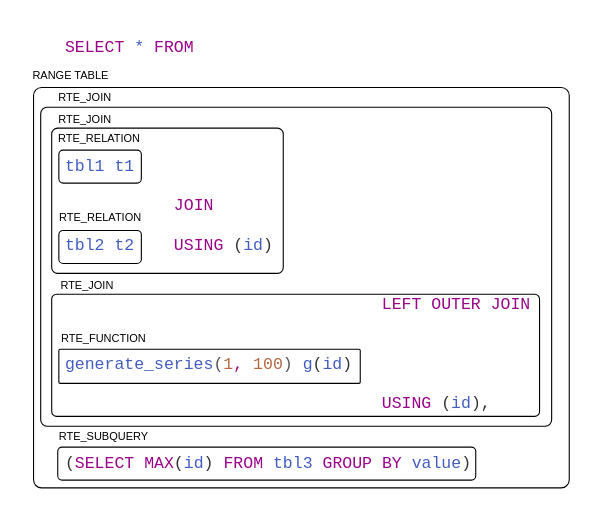
Earlier version of the draw.io diagram PGBootcamp2024/debugging-postgres-planner/img/range-table.drawio (ashenBlade/tantor-pg-meetups). Source tidied: cells renumbered, new cells numbered last; positions are measured from the earlier drawing's top-left corner, leaving out a move shared by most shapes. Both pictures are drawn from the tidied source at 110%, with x=0, y=0 at pixel (19, 19).
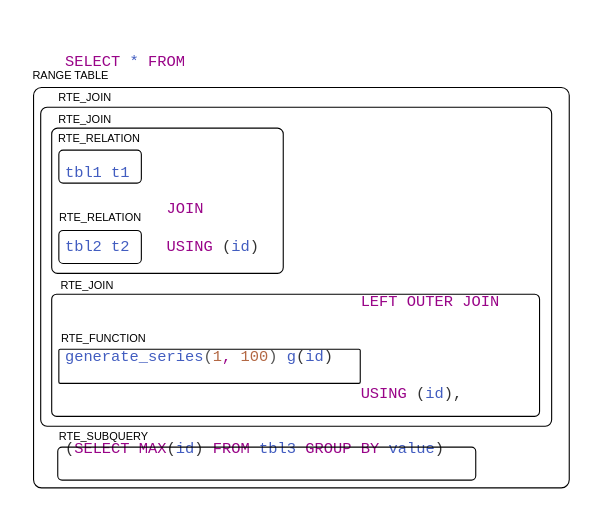
Above is the later version.

What changed in the source:
```diff
@@
 <mxGraphModel>
   <root>
     <mxCell id="0" />
     <mxCell id="1" parent="0" />
-    <mxCell id="2" value="&lt;div style=&quot;font-size: 15px;&quot;&gt;&lt;span style=&quot;background-color: initial; font-size: 15px;&quot;&gt;&lt;font color=&quot;#990488&quot;&gt;SELECT&lt;/font&gt;&amp;nbsp;&lt;font color=&quot;#425dc0&quot;&gt;*&lt;/font&gt;&lt;font color=&quot;#990488&quot;&gt;&amp;nbsp;FROM&lt;/font&gt;&lt;/span&gt;&lt;/div&gt;&lt;div style=&quot;font-size: 15px;&quot;&gt;&lt;span style=&quot;background-color: initial; font-size: 15px;&quot;&gt;&lt;br&gt;&lt;/span&gt;&lt;/div&gt;&lt;div style=&quot;font-size: 15px;&quot;&gt;&lt;span style=&quot;background-color: initial; font-size: 15px;&quot;&gt;&amp;nbsp;&lt;/span&gt;&lt;/div&gt;&lt;div style=&quot;font-size: 15px;&quot;&gt;&lt;span style=&quot;background-color: initial; font-size: 15px;&quot;&gt;&lt;font color=&quot;#425dc0&quot;&gt;&lt;br&gt;&lt;/font&gt;&lt;/span&gt;&lt;/div&gt;&lt;div style=&quot;font-size: 15px;&quot;&gt;&lt;span style=&quot;background-color: initial; font-size: 15px;&quot;&gt;&lt;font color=&quot;#425dc0&quot;&gt;&lt;br&gt;&lt;/font&gt;&lt;/span&gt;&lt;/div&gt;&lt;div style=&quot;font-size: 15px;&quot;&gt;&lt;span style=&quot;background-color: initial; font-size: 15px;&quot;&gt;&lt;font color=&quot;#425dc0&quot;&gt;&lt;br&gt;&lt;/font&gt;&lt;/span&gt;&lt;/div&gt;&lt;div style=&quot;font-size: 15px;&quot;&gt;&lt;span style=&quot;background-color: initial; font-size: 15px;&quot;&gt;&lt;font color=&quot;#425dc0&quot;&gt;tbl1 t1&lt;/font&gt;&lt;font color=&quot;#990488&quot;&gt;&amp;nbsp;&lt;/font&gt;&lt;/span&gt;&lt;/div&gt;&lt;div style=&quot;font-size: 15px;&quot;&gt;&lt;span style=&quot;background-color: initial; color: rgb(153, 4, 136);&quot;&gt;&lt;br&gt;&lt;/span&gt;&lt;/div&gt;&lt;div style=&quot;font-size: 15px;&quot;&gt;&lt;span style=&quot;background-color: initial; color: rgb(153, 4, 136);&quot;&gt;&lt;span style=&quot;white-space: pre;&quot;&gt;&#9;&lt;/span&gt;&amp;nbsp; &amp;nbsp;JOIN&amp;nbsp;&lt;/span&gt;&lt;/div&gt;&lt;div style=&quot;font-size: 15px;&quot;&gt;&lt;span style=&quot;background-color: initial; color: rgb(66, 93, 192);&quot;&gt;&lt;br&gt;&lt;/span&gt;&lt;/div&gt;&lt;div style=&quot;font-size: 15px;&quot;&gt;&lt;span style=&quot;background-color: initial; color: rgb(66, 93, 192);&quot;&gt;tbl2 t2&amp;nbsp; &amp;nbsp;&amp;nbsp;&lt;/span&gt;&lt;font style=&quot;background-color: initial;&quot; color=&quot;#990488&quot;&gt;USING&lt;/font&gt;&lt;span style=&quot;background-color: initial; color: rgb(66, 93, 192);&quot;&gt;&amp;nbsp;&lt;/span&gt;&lt;font style=&quot;background-color: initial; color: rgb(51, 51, 51);&quot; color=&quot;#333333&quot;&gt;(&lt;/font&gt;&lt;font style=&quot;background-color: initial;&quot; color=&quot;#425dc0&quot;&gt;id&lt;/font&gt;&lt;font style=&quot;background-color: initial; color: rgb(51, 51, 51);&quot; color=&quot;#333333&quot;&gt;)&lt;/font&gt;&lt;br&gt;&lt;/div&gt;&lt;div style=&quot;color: rgb(51, 51, 51);&quot;&gt;&lt;font color=&quot;#333333&quot;&gt;&lt;br&gt;&lt;/font&gt;&lt;/div&gt;&lt;div style=&quot;&quot;&gt;&lt;br&gt;&lt;/div&gt;&lt;div style=&quot;&quot;&gt;&lt;font color=&quot;#990488&quot;&gt;&lt;span style=&quot;white-space: pre;&quot;&gt;&#9;&lt;/span&gt;&lt;span style=&quot;white-space: pre;&quot;&gt;&#9;&lt;/span&gt;&lt;span style=&quot;white-space: pre;&quot;&gt;&#9;&lt;/span&gt;&lt;span style=&quot;white-space: pre;&quot;&gt;&#9;&lt;/span&gt;LEFT OUTER JOIN&lt;/font&gt;&lt;/div&gt;&lt;div style=&quot;&quot;&gt;&lt;font color=&quot;#990488&quot;&gt;&lt;br&gt;&lt;/font&gt;&lt;/div&gt;&lt;div style=&quot;&quot;&gt;&lt;font color=&quot;#425dc0&quot;&gt;&lt;br&gt;&lt;/font&gt;&lt;/div&gt;&lt;div style=&quot;&quot;&gt;&lt;font color=&quot;#425dc0&quot;&gt;generate_series&lt;/font&gt;&lt;font color=&quot;#545454&quot;&gt;(&lt;/font&gt;&lt;font color=&quot;#b36844&quot;&gt;1&lt;/font&gt;&lt;font color=&quot;#990488&quot;&gt;, &lt;/font&gt;&lt;font color=&quot;#b36844&quot;&gt;100&lt;/font&gt;&lt;font color=&quot;#545454&quot;&gt;)&lt;/font&gt;&lt;font color=&quot;#990488&quot;&gt; &lt;/font&gt;&lt;font color=&quot;#425dc0&quot;&gt;g&lt;/font&gt;&lt;font style=&quot;background-color: initial; color: rgb(51, 51, 51);&quot; color=&quot;#333333&quot;&gt;(&lt;/font&gt;&lt;font style=&quot;background-color: initial;&quot; color=&quot;#425dc0&quot;&gt;id&lt;/font&gt;&lt;font style=&quot;background-color: initial; color: rgb(51, 51, 51);&quot; color=&quot;#333333&quot;&gt;)&lt;/font&gt;&lt;/div&gt;&lt;div style=&quot;&quot;&gt;&lt;font color=&quot;#990488&quot;&gt;&lt;br&gt;&lt;/font&gt;&lt;/div&gt;&lt;div style=&quot;&quot;&gt;&lt;font color=&quot;#990488&quot;&gt;&amp;nbsp; &amp;nbsp; &amp;nbsp; &amp;nbsp; &amp;nbsp; &amp;nbsp; &amp;nbsp; &amp;nbsp; &amp;nbsp; &amp;nbsp; &amp;nbsp; &amp;nbsp; &amp;nbsp; &amp;nbsp; &amp;nbsp; &amp;nbsp; USING&amp;nbsp;&lt;/font&gt;&lt;font style=&quot;background-color: initial; color: rgb(51, 51, 51);&quot; color=&quot;#333333&quot;&gt;(&lt;/font&gt;&lt;font style=&quot;background-color: initial;&quot; color=&quot;#425dc0&quot;&gt;id&lt;/font&gt;&lt;font style=&quot;background-color: initial; color: rgb(51, 51, 51);&quot; color=&quot;#333333&quot;&gt;),&lt;/font&gt;&lt;/div&gt;&lt;div style=&quot;color: rgb(51, 51, 51);&quot;&gt;&lt;font color=&quot;#333333&quot;&gt;&lt;br&gt;&lt;/font&gt;&lt;/div&gt;&lt;font color=&quot;#333333&quot;&gt;&lt;div&gt;&lt;font color=&quot;#333333&quot;&gt;&lt;br&gt;&lt;/font&gt;&lt;/div&gt;(&lt;/font&gt;&lt;font style=&quot;background-color: initial;&quot; color=&quot;#990488&quot;&gt;SELECT&lt;/font&gt;&lt;span style=&quot;background-color: initial;&quot;&gt; &lt;/span&gt;&lt;font style=&quot;background-color: initial;&quot; color=&quot;#990488&quot;&gt;MAX&lt;/font&gt;&lt;font style=&quot;background-color: initial;&quot; color=&quot;#333333&quot;&gt;(&lt;/font&gt;&lt;font style=&quot;background-color: initial;&quot; color=&quot;#425dc0&quot;&gt;id&lt;/font&gt;&lt;font style=&quot;background-color: initial;&quot; color=&quot;#333333&quot;&gt;)&lt;/font&gt;&lt;span style=&quot;background-color: initial;&quot;&gt;&amp;nbsp;&lt;/span&gt;&lt;font style=&quot;background-color: initial;&quot; color=&quot;#990488&quot;&gt;FROM&lt;/font&gt;&lt;span style=&quot;background-color: initial;&quot;&gt; &lt;/span&gt;&lt;font style=&quot;background-color: initial;&quot; color=&quot;#425dc0&quot;&gt;tbl3&lt;/font&gt;&lt;span style=&quot;background-color: initial;&quot;&gt;&amp;nbsp;&lt;/span&gt;&lt;font style=&quot;background-color: initial;&quot; color=&quot;#990488&quot;&gt;GROUP BY&lt;/font&gt;&lt;font style=&quot;background-color: initial;&quot; color=&quot;#425dc0&quot;&gt; value&lt;/font&gt;&lt;span style=&quot;background-color: initial; color: rgb(51, 51, 51);&quot;&gt;)&lt;/span&gt;" style="text;html=1;align=left;verticalAlign=middle;whiteSpace=wrap;rounded=0;fontFamily=Courier New;shadow=0;horizontal=1;spacing=2;fontSize=15;" parent="1" vertex="1">
-      <mxGeometry x="40" width="440" height="430" as="geometry" />
+    <mxCell id="2" value="&lt;div style=&quot;font-size: 14px;&quot;&gt;&lt;span style=&quot;background-color: initial; font-size: 14px;&quot;&gt;&lt;font color=&quot;#990488&quot; style=&quot;font-size: 14px;&quot;&gt;SELECT&lt;/font&gt;&amp;nbsp;&lt;font color=&quot;#425dc0&quot; style=&quot;font-size: 14px;&quot;&gt;*&lt;/font&gt;&lt;font color=&quot;#990488&quot; style=&quot;font-size: 14px;&quot;&gt;&amp;nbsp;FROM&lt;/font&gt;&lt;/span&gt;&lt;/div&gt;&lt;div style=&quot;font-size: 14px;&quot;&gt;&lt;span style=&quot;background-color: initial; font-size: 14px;&quot;&gt;&lt;br style=&quot;font-size: 14px;&quot;&gt;&lt;/span&gt;&lt;/div&gt;&lt;div style=&quot;font-size: 14px;&quot;&gt;&lt;span style=&quot;background-color: initial; font-size: 14px;&quot;&gt;&amp;nbsp;&lt;/span&gt;&lt;/div&gt;&lt;div style=&quot;font-size: 14px;&quot;&gt;&lt;span style=&quot;background-color: initial; font-size: 14px;&quot;&gt;&lt;font color=&quot;#425dc0&quot; style=&quot;font-size: 14px;&quot;&gt;&lt;br style=&quot;font-size: 14px;&quot;&gt;&lt;/font&gt;&lt;/span&gt;&lt;/div&gt;&lt;div style=&quot;font-size: 14px;&quot;&gt;&lt;span style=&quot;background-color: initial; font-size: 14px;&quot;&gt;&lt;font color=&quot;#425dc0&quot; style=&quot;font-size: 14px;&quot;&gt;&lt;br style=&quot;font-size: 14px;&quot;&gt;&lt;/font&gt;&lt;/span&gt;&lt;/div&gt;&lt;div style=&quot;font-size: 14px;&quot;&gt;&lt;span style=&quot;background-color: initial; font-size: 14px;&quot;&gt;&lt;font color=&quot;#425dc0&quot; style=&quot;font-size: 14px;&quot;&gt;&lt;br style=&quot;font-size: 14px;&quot;&gt;&lt;/font&gt;&lt;/span&gt;&lt;/div&gt;&lt;div style=&quot;font-size: 14px;&quot;&gt;&lt;span style=&quot;background-color: initial; font-size: 14px;&quot;&gt;&lt;font color=&quot;#425dc0&quot; style=&quot;font-size: 14px;&quot;&gt;tbl1 t1&lt;/font&gt;&lt;font color=&quot;#990488&quot; style=&quot;font-size: 14px;&quot;&gt;&amp;nbsp;&lt;/font&gt;&lt;/span&gt;&lt;/div&gt;&lt;div style=&quot;font-size: 14px;&quot;&gt;&lt;span style=&quot;background-color: initial; color: rgb(153, 4, 136); font-size: 14px;&quot;&gt;&lt;br style=&quot;font-size: 14px;&quot;&gt;&lt;/span&gt;&lt;/div&gt;&lt;div style=&quot;font-size: 14px;&quot;&gt;&lt;span style=&quot;background-color: initial; color: rgb(153, 4, 136); font-size: 14px;&quot;&gt;&lt;span style=&quot;white-space: pre; font-size: 14px;&quot;&gt;&#9;&lt;/span&gt;&amp;nbsp; &amp;nbsp;JOIN&amp;nbsp;&lt;/span&gt;&lt;/div&gt;&lt;div style=&quot;font-size: 14px;&quot;&gt;&lt;span style=&quot;background-color: initial; color: rgb(66, 93, 192); font-size: 14px;&quot;&gt;&lt;br style=&quot;font-size: 14px;&quot;&gt;&lt;/span&gt;&lt;/div&gt;&lt;div style=&quot;font-size: 14px;&quot;&gt;&lt;span style=&quot;background-color: initial; color: rgb(66, 93, 192); font-size: 14px;&quot;&gt;tbl2 t2&amp;nbsp; &amp;nbsp;&amp;nbsp;&lt;/span&gt;&lt;font color=&quot;#990488&quot; style=&quot;background-color: initial; font-size: 14px;&quot;&gt;USING&lt;/font&gt;&lt;span style=&quot;background-color: initial; color: rgb(66, 93, 192); font-size: 14px;&quot;&gt;&amp;nbsp;&lt;/span&gt;&lt;font color=&quot;#333333&quot; style=&quot;background-color: initial; color: rgb(51, 51, 51); font-size: 14px;&quot;&gt;(&lt;/font&gt;&lt;font color=&quot;#425dc0&quot; style=&quot;background-color: initial; font-size: 14px;&quot;&gt;id&lt;/font&gt;&lt;font color=&quot;#333333&quot; style=&quot;background-color: initial; color: rgb(51, 51, 51); font-size: 14px;&quot;&gt;)&lt;/font&gt;&lt;br style=&quot;font-size: 14px;&quot;&gt;&lt;/div&gt;&lt;div style=&quot;color: rgb(51, 51, 51); font-size: 14px;&quot;&gt;&lt;font color=&quot;#333333&quot; style=&quot;font-size: 14px;&quot;&gt;&lt;br style=&quot;font-size: 14px;&quot;&gt;&lt;/font&gt;&lt;/div&gt;&lt;div style=&quot;font-size: 14px;&quot;&gt;&lt;br style=&quot;font-size: 14px;&quot;&gt;&lt;/div&gt;&lt;div style=&quot;font-size: 14px;&quot;&gt;&lt;font color=&quot;#990488&quot; style=&quot;font-size: 14px;&quot;&gt;&lt;span style=&quot;white-space: pre; font-size: 14px;&quot;&gt;&#9;&lt;/span&gt;&lt;span style=&quot;white-space: pre; font-size: 14px;&quot;&gt;&#9;&lt;/span&gt;&lt;span style=&quot;white-space: pre; font-size: 14px;&quot;&gt;&#9;&lt;/span&gt;&lt;span style=&quot;white-space: pre; font-size: 14px;&quot;&gt;&#9;&lt;/span&gt;LEFT OUTER JOIN&lt;/font&gt;&lt;/div&gt;&lt;div style=&quot;font-size: 14px;&quot;&gt;&lt;font color=&quot;#990488&quot; style=&quot;font-size: 14px;&quot;&gt;&lt;br style=&quot;font-size: 14px;&quot;&gt;&lt;/font&gt;&lt;/div&gt;&lt;div style=&quot;font-size: 14px;&quot;&gt;&lt;font color=&quot;#425dc0&quot; style=&quot;font-size: 14px;&quot;&gt;&lt;br style=&quot;font-size: 14px;&quot;&gt;&lt;/font&gt;&lt;/div&gt;&lt;div style=&quot;font-size: 14px;&quot;&gt;&lt;font color=&quot;#425dc0&quot; style=&quot;font-size: 14px;&quot;&gt;generate_series&lt;/font&gt;&lt;font color=&quot;#545454&quot; style=&quot;font-size: 14px;&quot;&gt;(&lt;/font&gt;&lt;font color=&quot;#b36844&quot; style=&quot;font-size: 14px;&quot;&gt;1&lt;/font&gt;&lt;font color=&quot;#990488&quot; style=&quot;font-size: 14px;&quot;&gt;, &lt;/font&gt;&lt;font color=&quot;#b36844&quot; style=&quot;font-size: 14px;&quot;&gt;100&lt;/font&gt;&lt;font color=&quot;#545454&quot; style=&quot;font-size: 14px;&quot;&gt;)&lt;/font&gt;&lt;font color=&quot;#990488&quot; style=&quot;font-size: 14px;&quot;&gt; &lt;/font&gt;&lt;font color=&quot;#425dc0&quot; style=&quot;font-size: 14px;&quot;&gt;g&lt;/font&gt;&lt;font color=&quot;#333333&quot; style=&quot;background-color: initial; color: rgb(51, 51, 51); font-size: 14px;&quot;&gt;(&lt;/font&gt;&lt;font color=&quot;#425dc0&quot; style=&quot;background-color: initial; font-size: 14px;&quot;&gt;id&lt;/font&gt;&lt;font color=&quot;#333333&quot; style=&quot;background-color: initial; color: rgb(51, 51, 51); font-size: 14px;&quot;&gt;)&lt;/font&gt;&lt;/div&gt;&lt;div style=&quot;font-size: 14px;&quot;&gt;&lt;font color=&quot;#990488&quot; style=&quot;font-size: 14px;&quot;&gt;&lt;br style=&quot;font-size: 14px;&quot;&gt;&lt;/font&gt;&lt;/div&gt;&lt;div style=&quot;font-size: 14px;&quot;&gt;&lt;font color=&quot;#990488&quot; style=&quot;font-size: 14px;&quot;&gt;&amp;nbsp; &amp;nbsp; &amp;nbsp; &amp;nbsp; &amp;nbsp; &amp;nbsp; &amp;nbsp; &amp;nbsp; &amp;nbsp; &amp;nbsp; &amp;nbsp; &amp;nbsp; &amp;nbsp; &amp;nbsp; &amp;nbsp; &amp;nbsp; USING&amp;nbsp;&lt;/font&gt;&lt;font color=&quot;#333333&quot; style=&quot;background-color: initial; color: rgb(51, 51, 51); font-size: 14px;&quot;&gt;(&lt;/font&gt;&lt;font color=&quot;#425dc0&quot; style=&quot;background-color: initial; font-size: 14px;&quot;&gt;id&lt;/font&gt;&lt;font color=&quot;#333333&quot; style=&quot;background-color: initial; color: rgb(51, 51, 51); font-size: 14px;&quot;&gt;),&lt;/font&gt;&lt;/div&gt;&lt;div style=&quot;color: rgb(51, 51, 51); font-size: 14px;&quot;&gt;&lt;font color=&quot;#333333&quot; style=&quot;font-size: 14px;&quot;&gt;&lt;br style=&quot;font-size: 14px;&quot;&gt;&lt;/font&gt;&lt;/div&gt;&lt;font color=&quot;#333333&quot; style=&quot;font-size: 14px;&quot;&gt;&lt;div style=&quot;font-size: 14px;&quot;&gt;&lt;font color=&quot;#333333&quot; style=&quot;font-size: 14px;&quot;&gt;&lt;br style=&quot;font-size: 14px;&quot;&gt;&lt;/font&gt;&lt;/div&gt;(&lt;/font&gt;&lt;font color=&quot;#990488&quot; style=&quot;background-color: initial; font-size: 14px;&quot;&gt;SELECT&lt;/font&gt;&lt;span style=&quot;background-color: initial; font-size: 14px;&quot;&gt; &lt;/span&gt;&lt;font color=&quot;#990488&quot; style=&quot;background-color: initial; font-size: 14px;&quot;&gt;MAX&lt;/font&gt;&lt;font color=&quot;#333333&quot; style=&quot;background-color: initial; font-size: 14px;&quot;&gt;(&lt;/font&gt;&lt;font color=&quot;#425dc0&quot; style=&quot;background-color: initial; font-size: 14px;&quot;&gt;id&lt;/font&gt;&lt;font color=&quot;#333333&quot; style=&quot;background-color: initial; font-size: 14px;&quot;&gt;)&lt;/font&gt;&lt;span style=&quot;background-color: initial; font-size: 14px;&quot;&gt;&amp;nbsp;&lt;/span&gt;&lt;font color=&quot;#990488&quot; style=&quot;background-color: initial; font-size: 14px;&quot;&gt;FROM&lt;/font&gt;&lt;span style=&quot;background-color: initial; font-size: 14px;&quot;&gt; &lt;/span&gt;&lt;font color=&quot;#425dc0&quot; style=&quot;background-color: initial; font-size: 14px;&quot;&gt;tbl3&lt;/font&gt;&lt;span style=&quot;background-color: initial; font-size: 14px;&quot;&gt;&amp;nbsp;&lt;/span&gt;&lt;font color=&quot;#990488&quot; style=&quot;background-color: initial; font-size: 14px;&quot;&gt;GROUP BY&lt;/font&gt;&lt;font color=&quot;#425dc0&quot; style=&quot;background-color: initial; font-size: 14px;&quot;&gt; value&lt;/font&gt;&lt;span style=&quot;background-color: initial; color: rgb(51, 51, 51); font-size: 14px;&quot;&gt;)&lt;/span&gt;" style="text;html=1;align=left;verticalAlign=middle;whiteSpace=wrap;rounded=0;fontFamily=Courier New;shadow=0;horizontal=1;spacing=2;fontSize=14;" parent="1" vertex="1">
+      <mxGeometry x="40" width="480" height="430" as="geometry" />
     </mxCell>
     <mxCell id="3" style="rounded=1;whiteSpace=wrap;html=1;fillColor=none;align=left;verticalAlign=top;arcSize=13;" parent="1" vertex="1">
       <mxGeometry x="36" y="119" width="75" height="30" as="geometry" />
     </mxCell>
     <mxCell id="4" value="RTE_RELATION" style="text;html=1;align=center;verticalAlign=middle;whiteSpace=wrap;rounded=0;fontSize=10;" parent="1" vertex="1">
       <mxGeometry x="25.5" y="93" width="94" height="30" as="geometry" />
     </mxCell>
     <mxCell id="5" style="rounded=1;whiteSpace=wrap;html=1;fillColor=none;align=left;verticalAlign=top;arcSize=13;" parent="1" vertex="1">
       <mxGeometry x="36" y="192" width="75" height="30" as="geometry" />
     </mxCell>
     <mxCell id="6" value="RTE_RELATION" style="text;html=1;align=center;verticalAlign=middle;whiteSpace=wrap;rounded=0;fontSize=10;" parent="1" vertex="1">
       <mxGeometry x="26.5" y="165" width="94" height="30" as="geometry" />
     </mxCell>
     <mxCell id="7" style="rounded=1;whiteSpace=wrap;html=1;fillColor=none;align=left;verticalAlign=top;arcSize=4;" parent="1" vertex="1">
       <mxGeometry x="29.5" y="99" width="210.5" height="132" as="geometry" />
     </mxCell>
     <mxCell id="8" value="RTE_JOIN" style="text;html=1;align=center;verticalAlign=middle;whiteSpace=wrap;rounded=0;fontSize=10;" parent="1" vertex="1">
       <mxGeometry x="13" y="76" width="94" height="30" as="geometry" />
     </mxCell>
     <mxCell id="9" style="rounded=1;whiteSpace=wrap;html=1;fillColor=none;align=left;verticalAlign=top;arcSize=4;" parent="1" vertex="1">
       <mxGeometry x="36" y="300" width="274" height="31" as="geometry" />
     </mxCell>
     <mxCell id="10" value="RTE_FUNCTION" style="text;html=1;align=center;verticalAlign=middle;whiteSpace=wrap;rounded=0;fontSize=10;" parent="1" vertex="1">
       <mxGeometry x="29.5" y="275" width="94" height="30" as="geometry" />
     </mxCell>
     <mxCell id="11" style="rounded=1;whiteSpace=wrap;html=1;fillColor=none;align=left;verticalAlign=top;arcSize=4;" parent="1" vertex="1">
       <mxGeometry x="29.5" y="250" width="443.5" height="111" as="geometry" />
     </mxCell>
     <mxCell id="12" value="RTE_JOIN" style="text;html=1;align=center;verticalAlign=middle;whiteSpace=wrap;rounded=0;fontSize=10;" parent="1" vertex="1">
       <mxGeometry x="15" y="227" width="94" height="30" as="geometry" />
     </mxCell>
     <mxCell id="13" style="rounded=1;whiteSpace=wrap;html=1;fillColor=none;align=left;verticalAlign=top;arcSize=13;" parent="1" vertex="1">
       <mxGeometry x="35" y="389" width="380" height="30" as="geometry" />
     </mxCell>
     <mxCell id="14" value="RTE_SUBQUERY" style="text;html=1;align=center;verticalAlign=middle;whiteSpace=wrap;rounded=0;fontSize=10;" parent="1" vertex="1">
       <mxGeometry x="29.5" y="364" width="94" height="30" as="geometry" />
     </mxCell>
     <mxCell id="15" style="rounded=1;whiteSpace=wrap;html=1;fillColor=none;align=left;verticalAlign=top;arcSize=2;" parent="1" vertex="1">
       <mxGeometry x="19.5" y="80" width="464.5" height="290" as="geometry" />
     </mxCell>
     <mxCell id="16" value="RTE_JOIN" style="text;html=1;align=center;verticalAlign=middle;whiteSpace=wrap;rounded=0;fontSize=10;" parent="1" vertex="1">
       <mxGeometry x="13" y="56" width="94" height="30" as="geometry" />
     </mxCell>
     <mxCell id="17" style="rounded=1;whiteSpace=wrap;html=1;fillColor=none;align=left;verticalAlign=top;arcSize=2;" parent="1" vertex="1">
       <mxGeometry x="13" y="62" width="487" height="364" as="geometry" />
     </mxCell>
     <mxCell id="18" value="RANGE TABLE" style="text;html=1;align=center;verticalAlign=middle;whiteSpace=wrap;rounded=0;fontSize=10;" parent="1" vertex="1">
       <mxGeometry y="36" width="94" height="30" as="geometry" />
     </mxCell>
   </root>
 </mxGraphModel>
```
